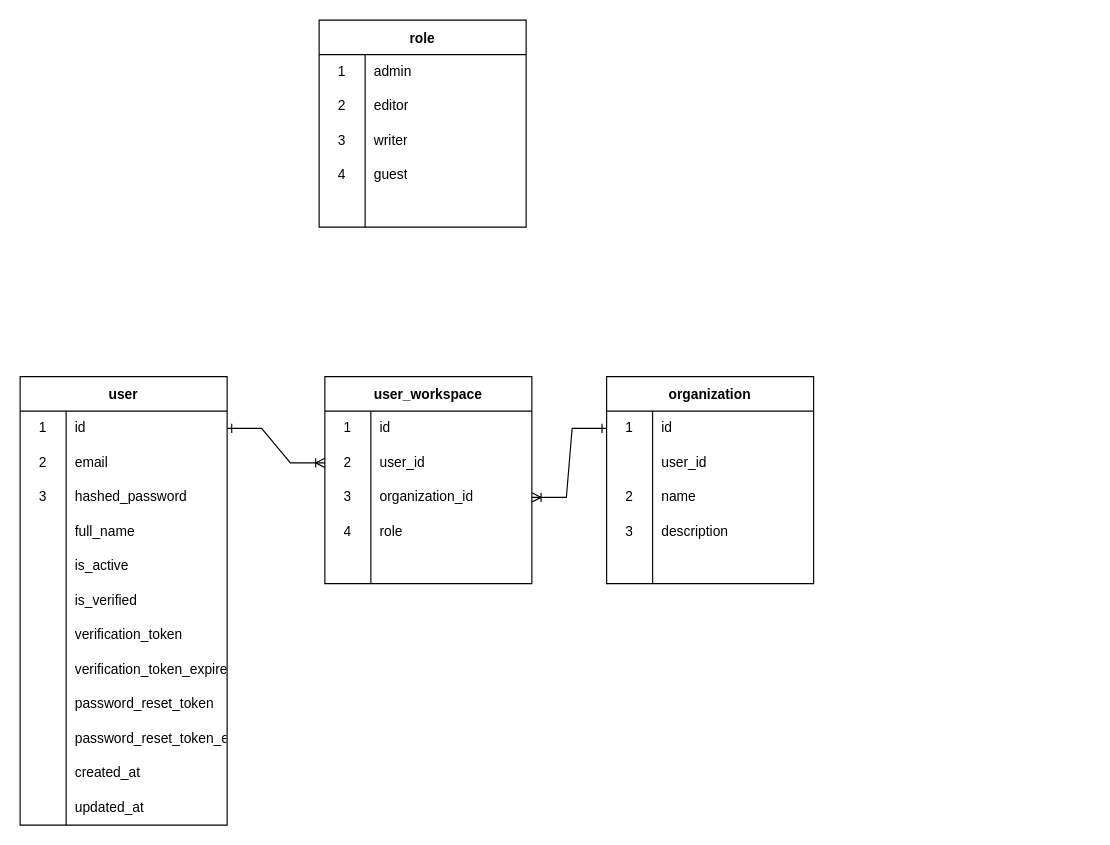
This is project.drawio from danirisdiandita/Open-Brain, a draw.io file, before an edit. Source tidied: cells renumbered, new cells numbered last; positions are measured from the earlier drawing's top-left corner, leaving out a move shared by most shapes. Both pictures are drawn from the tidied source at 115%, with x=0, y=0 at pixel (20, 20).
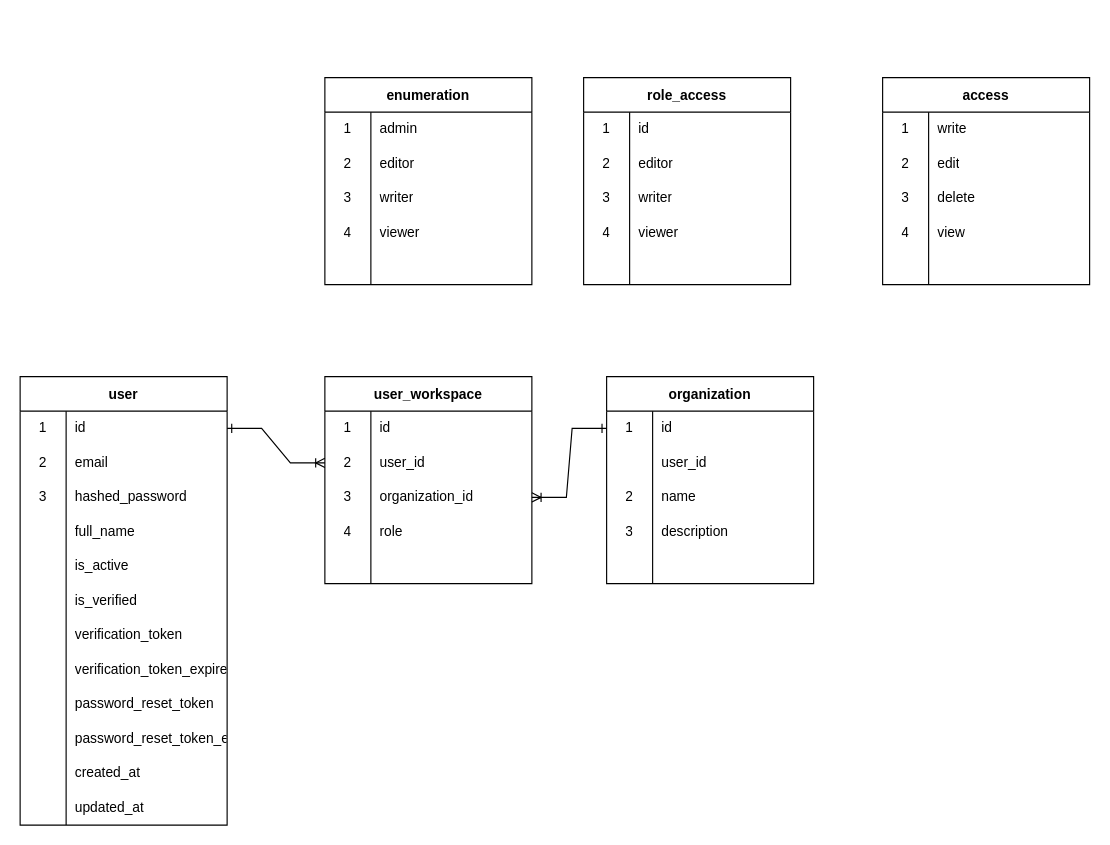
The same page after the edit.

The change refers to these unchanged cells:
```xml
<mxCell id="83" style="shape=tableRow;horizontal=0;startSize=0;swimlaneHead=0;swimlaneBody=0;top=0;left=0;bottom=0;right=0;fillColor=none;" parent="73" vertex="1">
  <mxGeometry y="120" width="180" height="30" as="geometry" />
</mxCell>
```

What changed in the source:
```diff
@@
-    <mxCell id="73" value="role" style="shape=table;startSize=30;childLayout=tableLayout;rowLines=0;fontStyle=1;" parent="1" vertex="1">
-      <mxGeometry x="260" width="180" height="180" as="geometry" />
+    <mxCell id="73" value="enumeration" style="shape=table;startSize=30;childLayout=tableLayout;rowLines=0;fontStyle=1;" parent="1" vertex="1">
+      <mxGeometry x="265" y="50" width="180" height="180" as="geometry" />
     </mxCell>
@@
-    <mxCell id="85" value="guest" style="shape=partialRectangle;html=1;whiteSpace=wrap;fillColor=none;top=0;left=0;bottom=0;right=0;align=left;spacingLeft=6;overflow=hidden;" parent="83" vertex="1">
+    <mxCell id="85" value="viewer" style="shape=partialRectangle;html=1;whiteSpace=wrap;fillColor=none;top=0;left=0;bottom=0;right=0;align=left;spacingLeft=6;overflow=hidden;" parent="83" vertex="1">
       <mxGeometry x="40" width="140" height="30" as="geometry" />
     </mxCell>
@@
+    <mxCell id="89" value="access" style="shape=table;startSize=30;childLayout=tableLayout;rowLines=0;fontStyle=1;" parent="1" vertex="1">
+      <mxGeometry x="750" y="50" width="180" height="180" as="geometry" />
+    </mxCell>
+    <mxCell id="90" style="shape=tableRow;horizontal=0;startSize=0;swimlaneHead=0;swimlaneBody=0;top=0;left=0;bottom=0;right=0;fillColor=none;" parent="89" vertex="1">
+      <mxGeometry y="30" width="180" height="30" as="geometry" />
+    </mxCell>
+    <mxCell id="91" value="1" style="shape=partialRectangle;html=1;whiteSpace=wrap;fillColor=none;top=0;left=0;bottom=0;right=0;overflow=hidden;" parent="90" vertex="1">
+      <mxGeometry width="40" height="30" as="geometry" />
+    </mxCell>
+    <mxCell id="92" value="write" style="shape=partialRectangle;html=1;whiteSpace=wrap;fillColor=none;top=0;left=0;bottom=0;right=0;align=left;spacingLeft=6;overflow=hidden;" parent="90" vertex="1">
+      <mxGeometry x="40" width="140" height="30" as="geometry" />
+    </mxCell>
+    <mxCell id="93" style="shape=tableRow;horizontal=0;startSize=0;swimlaneHead=0;swimlaneBody=0;top=0;left=0;bottom=0;right=0;fillColor=none;" parent="89" vertex="1">
+      <mxGeometry y="60" width="180" height="30" as="geometry" />
+    </mxCell>
+    <mxCell id="94" value="2" style="shape=partialRectangle;html=1;whiteSpace=wrap;fillColor=none;top=0;left=0;bottom=0;right=0;overflow=hidden;" parent="93" vertex="1">
+      <mxGeometry width="40" height="30" as="geometry" />
+    </mxCell>
+    <mxCell id="95" value="edit" style="shape=partialRectangle;html=1;whiteSpace=wrap;fillColor=none;top=0;left=0;bottom=0;right=0;align=left;spacingLeft=6;overflow=hidden;" parent="93" vertex="1">
+      <mxGeometry x="40" width="140" height="30" as="geometry" />
+    </mxCell>
+    <mxCell id="96" style="shape=tableRow;horizontal=0;startSize=0;swimlaneHead=0;swimlaneBody=0;top=0;left=0;bottom=0;right=0;fillColor=none;" parent="89" vertex="1">
+      <mxGeometry y="90" width="180" height="30" as="geometry" />
+    </mxCell>
+    <mxCell id="97" value="3" style="shape=partialRectangle;html=1;whiteSpace=wrap;fillColor=none;top=0;left=0;bottom=0;right=0;overflow=hidden;" parent="96" vertex="1">
+      <mxGeometry width="40" height="30" as="geometry" />
+    </mxCell>
+    <mxCell id="98" value="delete" style="shape=partialRectangle;html=1;whiteSpace=wrap;fillColor=none;top=0;left=0;bottom=0;right=0;align=left;spacingLeft=6;overflow=hidden;" parent="96" vertex="1">
+      <mxGeometry x="40" width="140" height="30" as="geometry" />
+    </mxCell>
+    <mxCell id="99" style="shape=tableRow;horizontal=0;startSize=0;swimlaneHead=0;swimlaneBody=0;top=0;left=0;bottom=0;right=0;fillColor=none;" parent="89" vertex="1">
+      <mxGeometry y="120" width="180" height="30" as="geometry" />
+    </mxCell>
+    <mxCell id="100" value="4" style="shape=partialRectangle;html=1;whiteSpace=wrap;fillColor=none;top=0;left=0;bottom=0;right=0;overflow=hidden;" parent="99" vertex="1">
+      <mxGeometry width="40" height="30" as="geometry" />
+    </mxCell>
+    <mxCell id="101" value="view" style="shape=partialRectangle;html=1;whiteSpace=wrap;fillColor=none;top=0;left=0;bottom=0;right=0;align=left;spacingLeft=6;overflow=hidden;" parent="99" vertex="1">
+      <mxGeometry x="40" width="140" height="30" as="geometry" />
+    </mxCell>
+    <mxCell id="102" style="shape=tableRow;horizontal=0;startSize=0;swimlaneHead=0;swimlaneBody=0;top=0;left=0;bottom=0;right=0;fillColor=none;" parent="89" vertex="1">
+      <mxGeometry y="150" width="180" height="30" as="geometry" />
+    </mxCell>
+    <mxCell id="103" style="shape=partialRectangle;html=1;whiteSpace=wrap;fillColor=none;top=0;left=0;bottom=0;right=0;overflow=hidden;" parent="102" vertex="1">
+      <mxGeometry width="40" height="30" as="geometry" />
+    </mxCell>
+    <mxCell id="104" style="shape=partialRectangle;html=1;whiteSpace=wrap;fillColor=none;top=0;left=0;bottom=0;right=0;align=left;spacingLeft=6;overflow=hidden;" parent="102" vertex="1">
+      <mxGeometry x="40" width="140" height="30" as="geometry" />
+    </mxCell>
+    <mxCell id="105" value="role_access" style="shape=table;startSize=30;childLayout=tableLayout;rowLines=0;fontStyle=1;" parent="1" vertex="1">
+      <mxGeometry x="490" y="50" width="180" height="180" as="geometry" />
+    </mxCell>
+    <mxCell id="106" style="shape=tableRow;horizontal=0;startSize=0;swimlaneHead=0;swimlaneBody=0;top=0;left=0;bottom=0;right=0;fillColor=none;" parent="105" vertex="1">
+      <mxGeometry y="30" width="180" height="30" as="geometry" />
+    </mxCell>
+    <mxCell id="107" value="1" style="shape=partialRectangle;html=1;whiteSpace=wrap;fillColor=none;top=0;left=0;bottom=0;right=0;overflow=hidden;" parent="106" vertex="1">
+      <mxGeometry width="40" height="30" as="geometry" />
+    </mxCell>
+    <mxCell id="108" value="id" style="shape=partialRectangle;html=1;whiteSpace=wrap;fillColor=none;top=0;left=0;bottom=0;right=0;align=left;spacingLeft=6;overflow=hidden;" parent="106" vertex="1">
+      <mxGeometry x="40" width="140" height="30" as="geometry" />
+    </mxCell>
+    <mxCell id="109" style="shape=tableRow;horizontal=0;startSize=0;swimlaneHead=0;swimlaneBody=0;top=0;left=0;bottom=0;right=0;fillColor=none;" parent="105" vertex="1">
+      <mxGeometry y="60" width="180" height="30" as="geometry" />
+    </mxCell>
+    <mxCell id="110" value="2" style="shape=partialRectangle;html=1;whiteSpace=wrap;fillColor=none;top=0;left=0;bottom=0;right=0;overflow=hidden;" parent="109" vertex="1">
+      <mxGeometry width="40" height="30" as="geometry" />
+    </mxCell>
+    <mxCell id="111" value="editor" style="shape=partialRectangle;html=1;whiteSpace=wrap;fillColor=none;top=0;left=0;bottom=0;right=0;align=left;spacingLeft=6;overflow=hidden;" parent="109" vertex="1">
+      <mxGeometry x="40" width="140" height="30" as="geometry" />
+    </mxCell>
+    <mxCell id="112" style="shape=tableRow;horizontal=0;startSize=0;swimlaneHead=0;swimlaneBody=0;top=0;left=0;bottom=0;right=0;fillColor=none;" parent="105" vertex="1">
+      <mxGeometry y="90" width="180" height="30" as="geometry" />
+    </mxCell>
+    <mxCell id="113" value="3" style="shape=partialRectangle;html=1;whiteSpace=wrap;fillColor=none;top=0;left=0;bottom=0;right=0;overflow=hidden;" parent="112" vertex="1">
+      <mxGeometry width="40" height="30" as="geometry" />
+    </mxCell>
+    <mxCell id="114" value="writer" style="shape=partialRectangle;html=1;whiteSpace=wrap;fillColor=none;top=0;left=0;bottom=0;right=0;align=left;spacingLeft=6;overflow=hidden;" parent="112" vertex="1">
+      <mxGeometry x="40" width="140" height="30" as="geometry" />
+    </mxCell>
+    <mxCell id="115" style="shape=tableRow;horizontal=0;startSize=0;swimlaneHead=0;swimlaneBody=0;top=0;left=0;bottom=0;right=0;fillColor=none;" parent="105" vertex="1">
+      <mxGeometry y="120" width="180" height="30" as="geometry" />
+    </mxCell>
+    <mxCell id="116" value="4" style="shape=partialRectangle;html=1;whiteSpace=wrap;fillColor=none;top=0;left=0;bottom=0;right=0;overflow=hidden;" parent="115" vertex="1">
+      <mxGeometry width="40" height="30" as="geometry" />
+    </mxCell>
+    <mxCell id="117" value="viewer" style="shape=partialRectangle;html=1;whiteSpace=wrap;fillColor=none;top=0;left=0;bottom=0;right=0;align=left;spacingLeft=6;overflow=hidden;" parent="115" vertex="1">
+      <mxGeometry x="40" width="140" height="30" as="geometry" />
+    </mxCell>
+    <mxCell id="118" style="shape=tableRow;horizontal=0;startSize=0;swimlaneHead=0;swimlaneBody=0;top=0;left=0;bottom=0;right=0;fillColor=none;" parent="105" vertex="1">
+      <mxGeometry y="150" width="180" height="30" as="geometry" />
+    </mxCell>
+    <mxCell id="119" style="shape=partialRectangle;html=1;whiteSpace=wrap;fillColor=none;top=0;left=0;bottom=0;right=0;overflow=hidden;" parent="118" vertex="1">
+      <mxGeometry width="40" height="30" as="geometry" />
+    </mxCell>
+    <mxCell id="120" style="shape=partialRectangle;html=1;whiteSpace=wrap;fillColor=none;top=0;left=0;bottom=0;right=0;align=left;spacingLeft=6;overflow=hidden;" parent="118" vertex="1">
+      <mxGeometry x="40" width="140" height="30" as="geometry" />
+    </mxCell>
```
